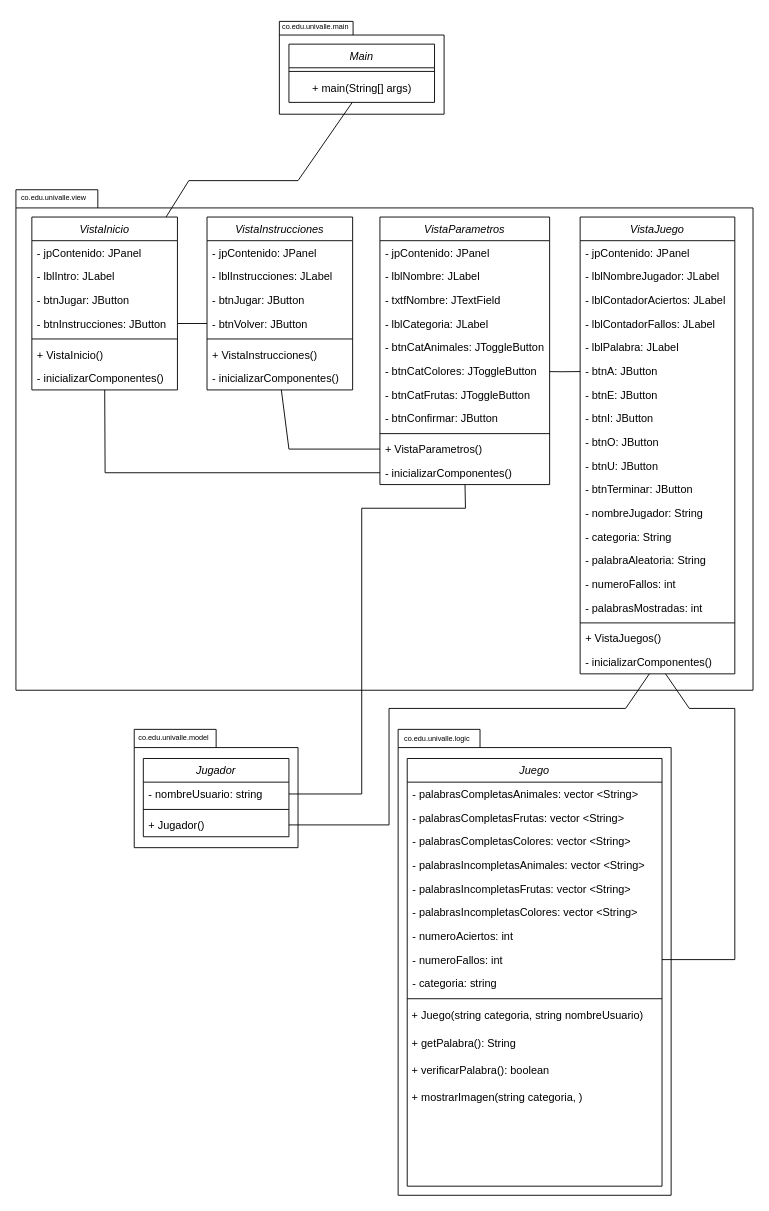
puyojulian/MiniProyecto1FPOE keeps this draw.io diagram as Diagrama de Clases MiniProyecto1.drawio. Above is the earlier version. Source tidied: cells renumbered, new cells numbered last; positions are measured from the earlier drawing's top-left corner, leaving out a move shared by most shapes. Both pictures are drawn from the tidied source at 91%, with x=0, y=0 at pixel (15, 15).
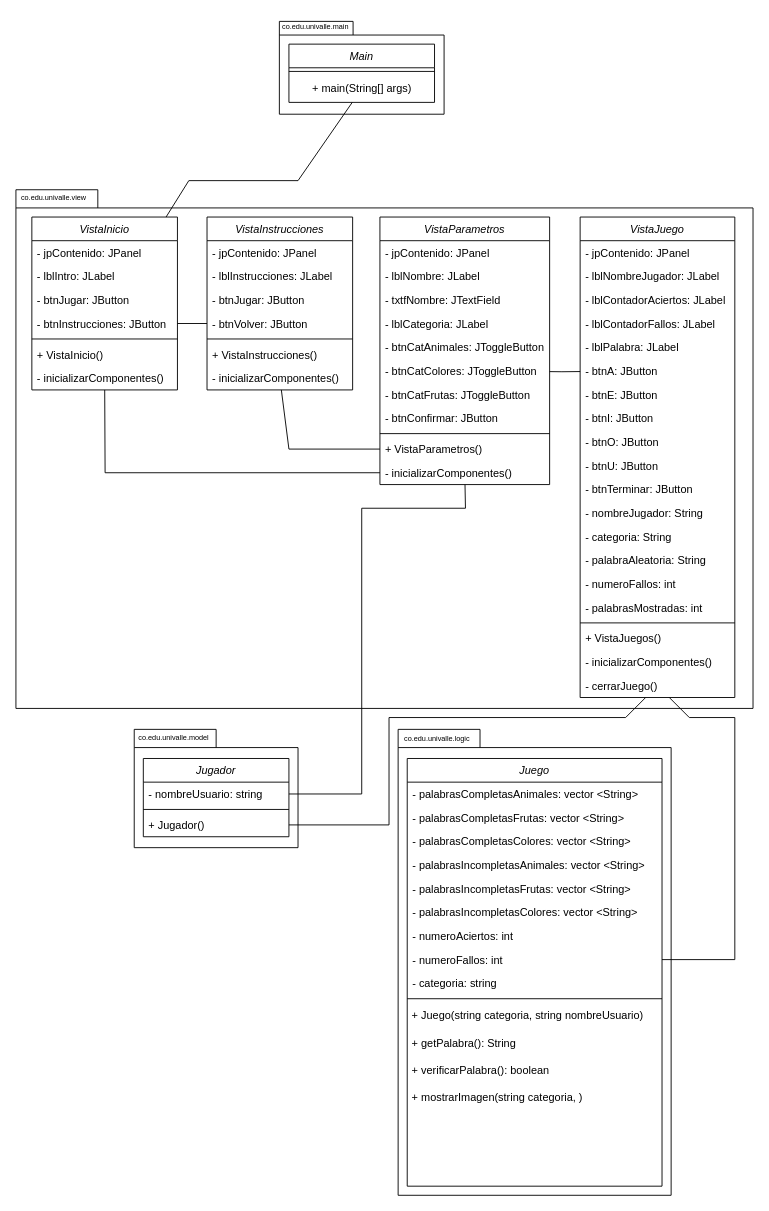
The same page after the edit.

Commit message:
Update Diagrama de Clases método cerrarJuego() agregado sobre clase VistaJuego

Unchanged cells that the change refers to:
```xml
<mxCell id="8" value="+ Jugador()" style="text;align=left;verticalAlign=top;spacingLeft=4;spacingRight=4;overflow=hidden;points=[[0,0.5],[1,0.5]];portConstraint=eastwest;" parent="5" vertex="1">
  <mxGeometry y="60" width="160" height="26" as="geometry" />
</mxCell>
<mxCell id="29" value="- numeroFallos: int" style="text;align=left;verticalAlign=top;spacingLeft=4;spacingRight=4;overflow=hidden;points=[[0,0.5],[1,0.5]];portConstraint=eastwest;" parent="21" vertex="1">
  <mxGeometry y="208" width="280" height="26" as="geometry" />
</mxCell>
<mxCell id="77" value="- inicializarComponentes()" style="text;align=left;verticalAlign=top;spacingLeft=4;spacingRight=4;overflow=hidden;points=[[0,0.5],[1,0.5]];portConstraint=eastwest;" parent="58" vertex="1">
  <mxGeometry y="476" width="170" height="26" as="geometry" />
</mxCell>
```

What changed in the source:
```diff
@@
     <mxCell id="9" style="shape=folder;fontStyle=1;spacingTop=10;tabWidth=90;tabHeight=20;tabPosition=left;html=1;whiteSpace=wrap;" parent="1" vertex="1">
-      <mxGeometry y="191" width="810" height="550" as="geometry" />
+      <mxGeometry y="191" width="810" height="570" as="geometry" />
     </mxCell>
@@
-    <mxCell id="57" style="endArrow=none;html=1;rounded=0;" parent="1" edge="1" source="29" target="77">
+    <mxCell id="57" style="endArrow=none;html=1;rounded=0;" parent="1" edge="1" source="29" target="88">
       <mxGeometry relative="1" as="geometry">
         <Array as="points">
           <mxPoint x="790" y="1037" />
-          <mxPoint x="790" y="761" />
-          <mxPoint x="740" y="761" />
+          <mxPoint x="790" y="771" />
+          <mxPoint x="740" y="771" />
         </Array>
       </mxGeometry>
     </mxCell>
     <mxCell id="58" value="VistaJuego" style="swimlane;fontStyle=2;align=center;verticalAlign=top;horizontal=1;startSize=26;rounded=0;shadow=0;strokeWidth=1;" parent="1" vertex="1">
-      <mxGeometry x="620" y="221" width="170" height="502" as="geometry" />
+      <mxGeometry x="620" y="221" width="170" height="528" as="geometry" />
     </mxCell>
@@
+    <mxCell id="88" value="- cerrarJuego()" style="text;align=left;verticalAlign=top;spacingLeft=4;spacingRight=4;overflow=hidden;points=[[0,0.5],[1,0.5]];portConstraint=eastwest;" parent="58" vertex="1">
+      <mxGeometry y="502" width="170" height="26" as="geometry" />
+    </mxCell>
@@
-    <mxCell id="80" style="endArrow=none;html=1;rounded=0;" parent="1" edge="1" source="8" target="77">
+    <mxCell id="80" style="endArrow=none;html=1;rounded=0;" parent="1" edge="1" source="8" target="88">
       <mxGeometry relative="1" as="geometry">
         <Array as="points">
           <mxPoint x="410" y="889" />
-          <mxPoint x="410" y="761" />
-          <mxPoint x="670" y="761" />
+          <mxPoint x="410" y="771" />
+          <mxPoint x="670" y="771" />
         </Array>
       </mxGeometry>
     </mxCell>
```
